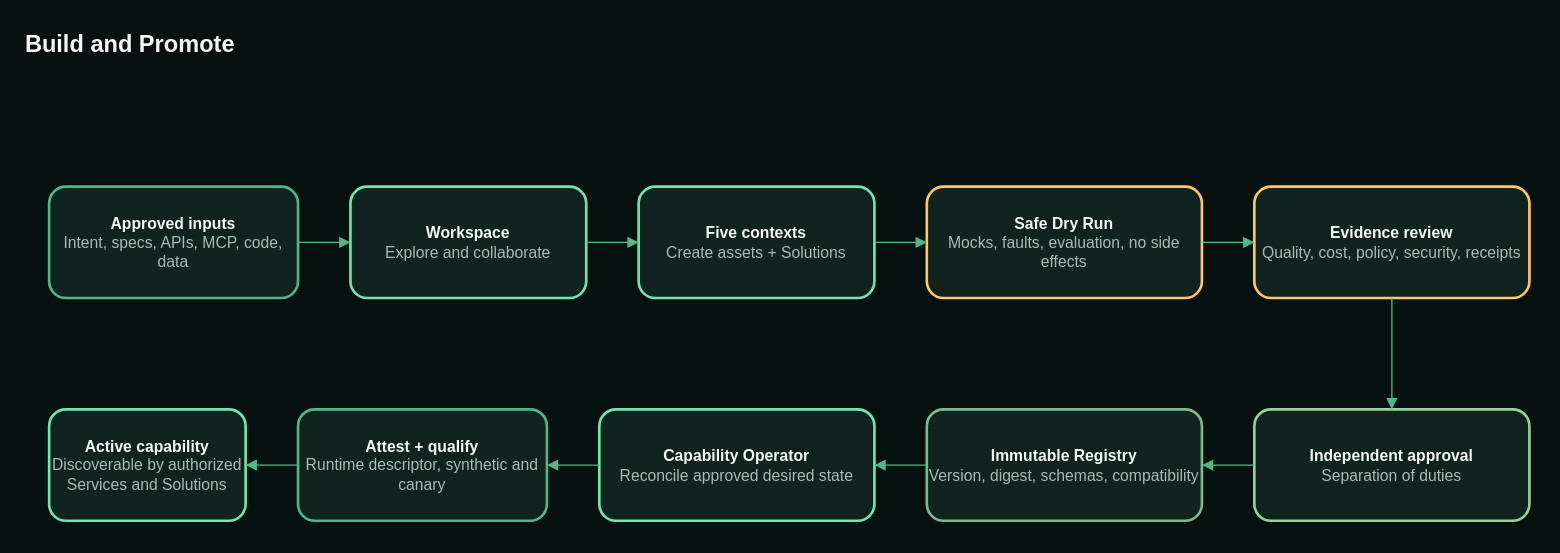
Above: page "Build and Promote" (2 of 4) of diagrams/contextweaver-nextgen-architecture.drawio in brainzbytes/contextweaver-public-site (draw.io), before the change. Source tidied: cells renumbered, new cells numbered last; positions are measured from the earlier drawing's top-left corner, leaving out a move shared by most shapes. Both pictures are drawn from the tidied source at 131%, with x=0, y=0 at pixel (22, 22).
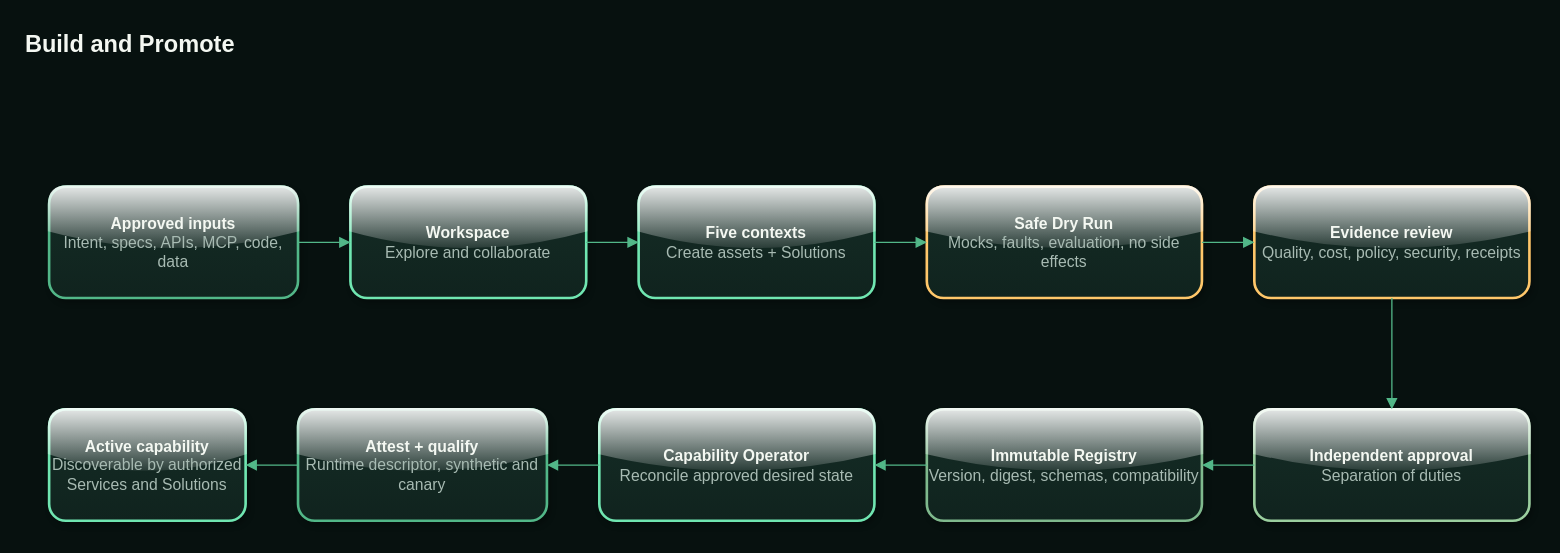
Above is the later version.

Diff of the diagram source:
```diff
@@
-    <mxCell id="3" value="&lt;b&gt;Approved inputs&lt;/b&gt;&lt;br&gt;&lt;font color=&quot;#a8bbb3&quot;&gt;Intent, specs, APIs, MCP, code, data&lt;/font&gt;" style="rounded=1;whiteSpace=wrap;html=1;fillColor=#10231e;strokeColor=#52b788;fontColor=#f4f8f2;fontSize=12;strokeWidth=2;" parent="1" vertex="1">
+    <mxCell id="3" value="&lt;b&gt;Approved inputs&lt;/b&gt;&lt;br&gt;&lt;font color=&quot;#a8bbb3&quot;&gt;Intent, specs, APIs, MCP, code, data&lt;/font&gt;" style="rounded=1;whiteSpace=wrap;html=1;shadow=1;glass=1;fillColor=#10231e;gradientColor=#152d26;gradientDirection=north;strokeColor=#52b788;fontColor=#f4f8f2;fontSize=12;strokeWidth=2;" parent="1" vertex="1">
       <mxGeometry x="20" y="125" width="190" height="85" as="geometry" />
     </mxCell>
-    <mxCell id="4" value="&lt;b&gt;Workspace&lt;/b&gt;&lt;br&gt;&lt;font color=&quot;#a8bbb3&quot;&gt;Explore and collaborate&lt;/font&gt;" style="rounded=1;whiteSpace=wrap;html=1;fillColor=#10231e;strokeColor=#70e6b1;fontColor=#f4f8f2;fontSize=12;strokeWidth=2;" parent="1" vertex="1">
+    <mxCell id="4" value="&lt;b&gt;Workspace&lt;/b&gt;&lt;br&gt;&lt;font color=&quot;#a8bbb3&quot;&gt;Explore and collaborate&lt;/font&gt;" style="rounded=1;whiteSpace=wrap;html=1;shadow=1;glass=1;fillColor=#10231e;gradientColor=#152d26;gradientDirection=north;strokeColor=#70e6b1;fontColor=#f4f8f2;fontSize=12;strokeWidth=2;" parent="1" vertex="1">
       <mxGeometry x="250" y="125" width="180" height="85" as="geometry" />
     </mxCell>
-    <mxCell id="5" value="&lt;b&gt;Five contexts&lt;/b&gt;&lt;br&gt;&lt;font color=&quot;#a8bbb3&quot;&gt;Create assets + Solutions&lt;/font&gt;" style="rounded=1;whiteSpace=wrap;html=1;fillColor=#10231e;strokeColor=#70e6b1;fontColor=#f4f8f2;fontSize=12;strokeWidth=2;" parent="1" vertex="1">
+    <mxCell id="5" value="&lt;b&gt;Five contexts&lt;/b&gt;&lt;br&gt;&lt;font color=&quot;#a8bbb3&quot;&gt;Create assets + Solutions&lt;/font&gt;" style="rounded=1;whiteSpace=wrap;html=1;shadow=1;glass=1;fillColor=#10231e;gradientColor=#152d26;gradientDirection=north;strokeColor=#70e6b1;fontColor=#f4f8f2;fontSize=12;strokeWidth=2;" parent="1" vertex="1">
       <mxGeometry x="470" y="125" width="180" height="85" as="geometry" />
     </mxCell>
-    <mxCell id="6" value="&lt;b&gt;Safe Dry Run&lt;/b&gt;&lt;br&gt;&lt;font color=&quot;#a8bbb3&quot;&gt;Mocks, faults, evaluation, no side effects&lt;/font&gt;" style="rounded=1;whiteSpace=wrap;html=1;fillColor=#10231e;strokeColor=#ffc76a;fontColor=#f4f8f2;fontSize=12;strokeWidth=2;" parent="1" vertex="1">
+    <mxCell id="6" value="&lt;b&gt;Safe Dry Run&lt;/b&gt;&lt;br&gt;&lt;font color=&quot;#a8bbb3&quot;&gt;Mocks, faults, evaluation, no side effects&lt;/font&gt;" style="rounded=1;whiteSpace=wrap;html=1;shadow=1;glass=1;fillColor=#10231e;gradientColor=#152d26;gradientDirection=north;strokeColor=#ffc76a;fontColor=#f4f8f2;fontSize=12;strokeWidth=2;" parent="1" vertex="1">
       <mxGeometry x="690" y="125" width="210" height="85" as="geometry" />
     </mxCell>
-    <mxCell id="7" value="&lt;b&gt;Evidence review&lt;/b&gt;&lt;br&gt;&lt;font color=&quot;#a8bbb3&quot;&gt;Quality, cost, policy, security, receipts&lt;/font&gt;" style="rounded=1;whiteSpace=wrap;html=1;fillColor=#10231e;strokeColor=#ffc76a;fontColor=#f4f8f2;fontSize=12;strokeWidth=2;" parent="1" vertex="1">
+    <mxCell id="7" value="&lt;b&gt;Evidence review&lt;/b&gt;&lt;br&gt;&lt;font color=&quot;#a8bbb3&quot;&gt;Quality, cost, policy, security, receipts&lt;/font&gt;" style="rounded=1;whiteSpace=wrap;html=1;shadow=1;glass=1;fillColor=#10231e;gradientColor=#152d26;gradientDirection=north;strokeColor=#ffc76a;fontColor=#f4f8f2;fontSize=12;strokeWidth=2;" parent="1" vertex="1">
       <mxGeometry x="940" y="125" width="210" height="85" as="geometry" />
     </mxCell>
-    <mxCell id="8" value="&lt;b&gt;Independent approval&lt;/b&gt;&lt;br&gt;&lt;font color=&quot;#a8bbb3&quot;&gt;Separation of duties&lt;/font&gt;" style="rounded=1;whiteSpace=wrap;html=1;fillColor=#10231e;strokeColor=#9bcf9f;fontColor=#f4f8f2;fontSize=12;strokeWidth=2;" parent="1" vertex="1">
+    <mxCell id="8" value="&lt;b&gt;Independent approval&lt;/b&gt;&lt;br&gt;&lt;font color=&quot;#a8bbb3&quot;&gt;Separation of duties&lt;/font&gt;" style="rounded=1;whiteSpace=wrap;html=1;shadow=1;glass=1;fillColor=#10231e;gradientColor=#152d26;gradientDirection=north;strokeColor=#9bcf9f;fontColor=#f4f8f2;fontSize=12;strokeWidth=2;" parent="1" vertex="1">
       <mxGeometry x="940" y="295" width="210" height="85" as="geometry" />
     </mxCell>
-    <mxCell id="9" value="&lt;b&gt;Immutable Registry&lt;/b&gt;&lt;br&gt;&lt;font color=&quot;#a8bbb3&quot;&gt;Version, digest, schemas, compatibility&lt;/font&gt;" style="rounded=1;whiteSpace=wrap;html=1;fillColor=#10231e;strokeColor=#7fb98d;fontColor=#f4f8f2;fontSize=12;strokeWidth=2;" parent="1" vertex="1">
+    <mxCell id="9" value="&lt;b&gt;Immutable Registry&lt;/b&gt;&lt;br&gt;&lt;font color=&quot;#a8bbb3&quot;&gt;Version, digest, schemas, compatibility&lt;/font&gt;" style="rounded=1;whiteSpace=wrap;html=1;shadow=1;glass=1;fillColor=#10231e;gradientColor=#152d26;gradientDirection=north;strokeColor=#7fb98d;fontColor=#f4f8f2;fontSize=12;strokeWidth=2;" parent="1" vertex="1">
       <mxGeometry x="690" y="295" width="210" height="85" as="geometry" />
     </mxCell>
-    <mxCell id="10" value="&lt;b&gt;Capability Operator&lt;/b&gt;&lt;br&gt;&lt;font color=&quot;#a8bbb3&quot;&gt;Reconcile approved desired state&lt;/font&gt;" style="rounded=1;whiteSpace=wrap;html=1;fillColor=#10231e;strokeColor=#70e6b1;fontColor=#f4f8f2;fontSize=12;strokeWidth=2;" parent="1" vertex="1">
+    <mxCell id="10" value="&lt;b&gt;Capability Operator&lt;/b&gt;&lt;br&gt;&lt;font color=&quot;#a8bbb3&quot;&gt;Reconcile approved desired state&lt;/font&gt;" style="rounded=1;whiteSpace=wrap;html=1;shadow=1;glass=1;fillColor=#10231e;gradientColor=#152d26;gradientDirection=north;strokeColor=#70e6b1;fontColor=#f4f8f2;fontSize=12;strokeWidth=2;" parent="1" vertex="1">
       <mxGeometry x="440" y="295" width="210" height="85" as="geometry" />
     </mxCell>
-    <mxCell id="11" value="&lt;b&gt;Attest + qualify&lt;/b&gt;&lt;br&gt;&lt;font color=&quot;#a8bbb3&quot;&gt;Runtime descriptor, synthetic and canary&lt;/font&gt;" style="rounded=1;whiteSpace=wrap;html=1;fillColor=#10231e;strokeColor=#52b788;fontColor=#f4f8f2;fontSize=12;strokeWidth=2;" parent="1" vertex="1">
+    <mxCell id="11" value="&lt;b&gt;Attest + qualify&lt;/b&gt;&lt;br&gt;&lt;font color=&quot;#a8bbb3&quot;&gt;Runtime descriptor, synthetic and canary&lt;/font&gt;" style="rounded=1;whiteSpace=wrap;html=1;shadow=1;glass=1;fillColor=#10231e;gradientColor=#152d26;gradientDirection=north;strokeColor=#52b788;fontColor=#f4f8f2;fontSize=12;strokeWidth=2;" parent="1" vertex="1">
       <mxGeometry x="210" y="295" width="190" height="85" as="geometry" />
     </mxCell>
-    <mxCell id="12" value="&lt;b&gt;Active capability&lt;/b&gt;&lt;br&gt;&lt;font color=&quot;#a8bbb3&quot;&gt;Discoverable by authorized Services and Solutions&lt;/font&gt;" style="rounded=1;whiteSpace=wrap;html=1;fillColor=#10231e;strokeColor=#70e6b1;fontColor=#f4f8f2;fontSize=12;strokeWidth=2;" parent="1" vertex="1">
+    <mxCell id="12" value="&lt;b&gt;Active capability&lt;/b&gt;&lt;br&gt;&lt;font color=&quot;#a8bbb3&quot;&gt;Discoverable by authorized Services and Solutions&lt;/font&gt;" style="rounded=1;whiteSpace=wrap;html=1;shadow=1;glass=1;fillColor=#10231e;gradientColor=#152d26;gradientDirection=north;strokeColor=#70e6b1;fontColor=#f4f8f2;fontSize=12;strokeWidth=2;" parent="1" vertex="1">
       <mxGeometry x="20" y="295" width="150" height="85" as="geometry" />
     </mxCell>
```
